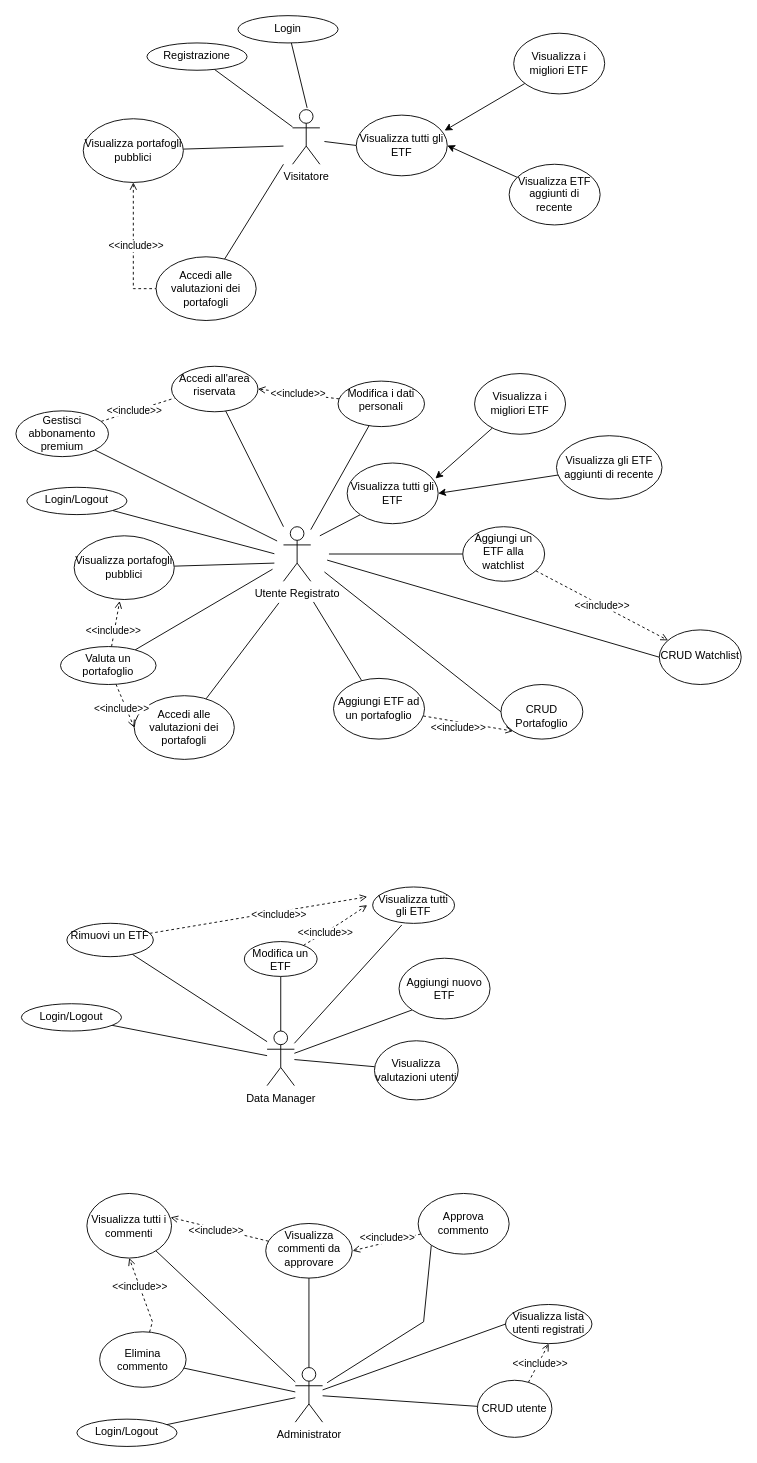
This is page "user use cases" (2 of 3) of user_use_case.drawio from mattiapitossi/sebd, a draw.io file, before an edit. Source tidied: cells renumbered, new cells numbered last; positions are measured from the earlier drawing's top-left corner, leaving out a move shared by most shapes. Both pictures are drawn from the tidied source at 91%, with x=0, y=0 at pixel (15, 15).
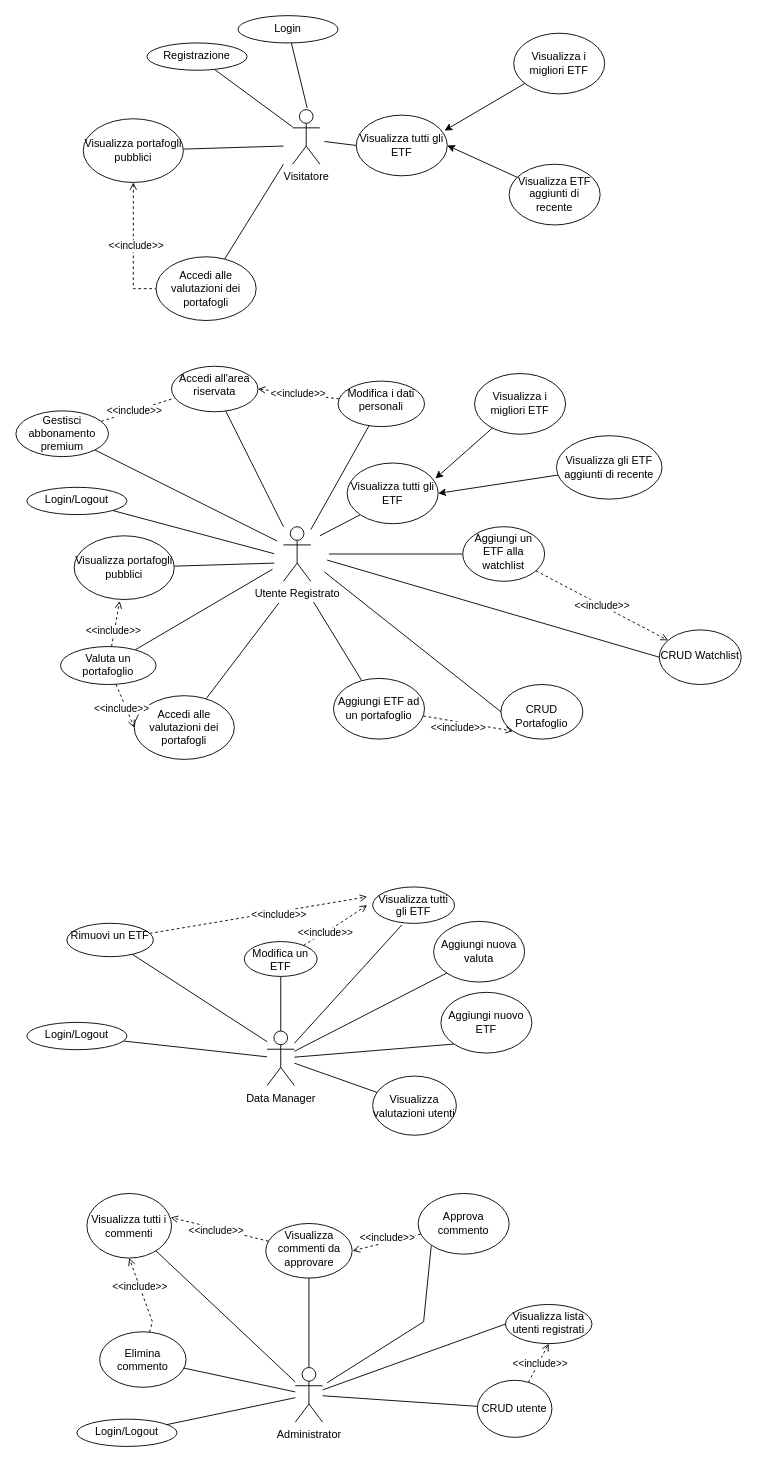
After the change.

Unchanged cells that the change refers to:
```xml
<mxCell id="58" value="Data Manager" style="shape=umlActor;verticalLabelPosition=bottom;verticalAlign=top;html=1;outlineConnect=0;" parent="1" vertex="1">
  <mxGeometry x="276" y="1115.5" width="30" height="60" as="geometry" />
</mxCell>
```

Change to the diagram source:
```diff
@@
     <mxCell id="61" value="Aggiungi nuovo ETF" style="ellipse;whiteSpace=wrap;html=1;" parent="1" vertex="1">
-      <mxGeometry x="421" y="1035.5" width="100" height="66.7" as="geometry" />
+      <mxGeometry x="467" y="1073" width="100" height="66.7" as="geometry" />
     </mxCell>
@@
     <mxCell id="63" value="Login/Logout" style="ellipse;whiteSpace=wrap;html=1;verticalAlign=top;" parent="1" vertex="1">
-      <mxGeometry x="6" y="1085.5" width="110" height="30" as="geometry" />
+      <mxGeometry x="12" y="1106" width="110" height="30" as="geometry" />
     </mxCell>
@@
     <mxCell id="99" value="Visualizza valutazioni utenti" style="ellipse;whiteSpace=wrap;html=1;" parent="1" vertex="1">
-      <mxGeometry x="394" y="1126.2" width="92" height="65" as="geometry" />
+      <mxGeometry x="392" y="1165" width="92" height="65" as="geometry" />
     </mxCell>
@@
+    <mxCell id="106" style="rounded=0;jettySize=auto;html=1;exitX=0;exitY=1;exitDx=0;exitDy=0;endArrow=none;endFill=0;" parent="1" edge="1" source="107" target="58">
+      <mxGeometry relative="1" as="geometry" />
+    </mxCell>
+    <mxCell id="107" value="Aggiungi nuova valuta" style="ellipse;whiteSpace=wrap;html=1;" parent="1" vertex="1">
+      <mxGeometry x="459" y="995" width="100" height="66.7" as="geometry" />
+    </mxCell>
```
